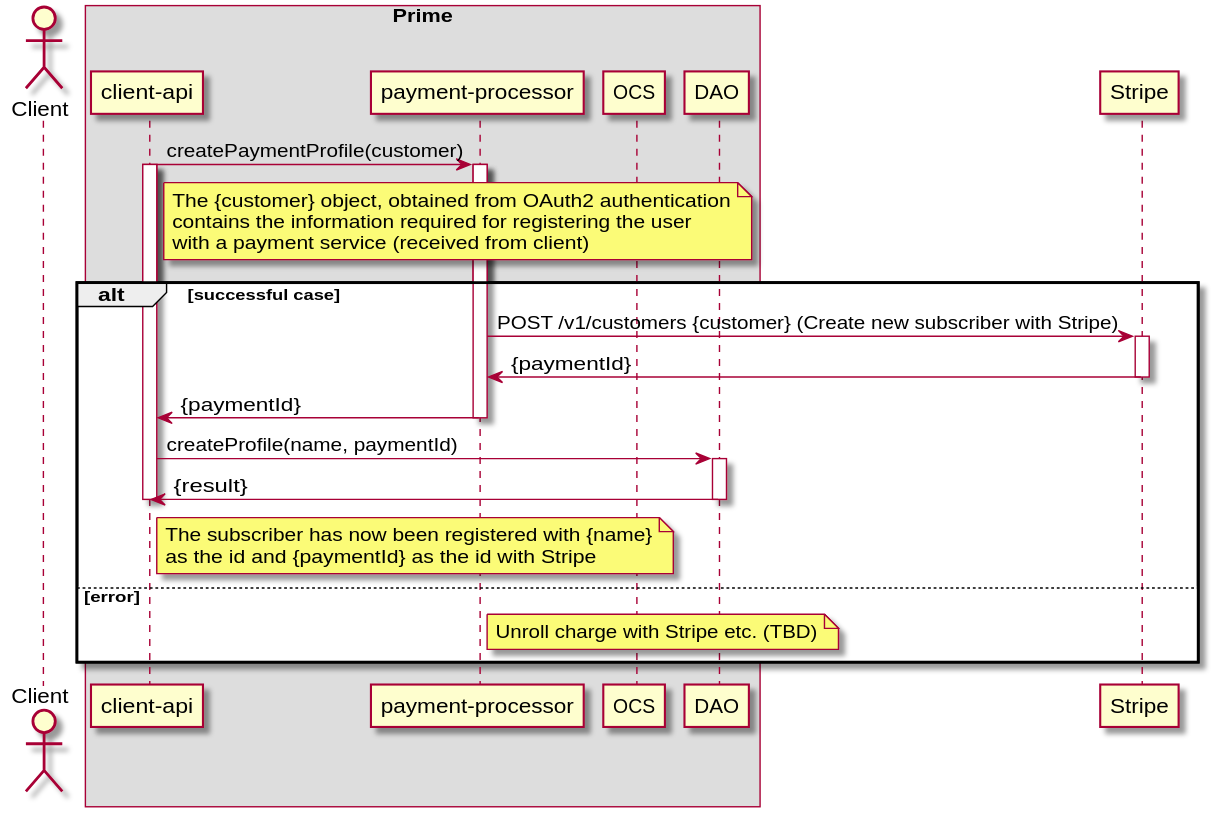
ostelco/ostelco-core keeps this PlantUML diagram as payment-processor/doc/diagrams/create-new-subscriber.svg. Above is the earlier version.
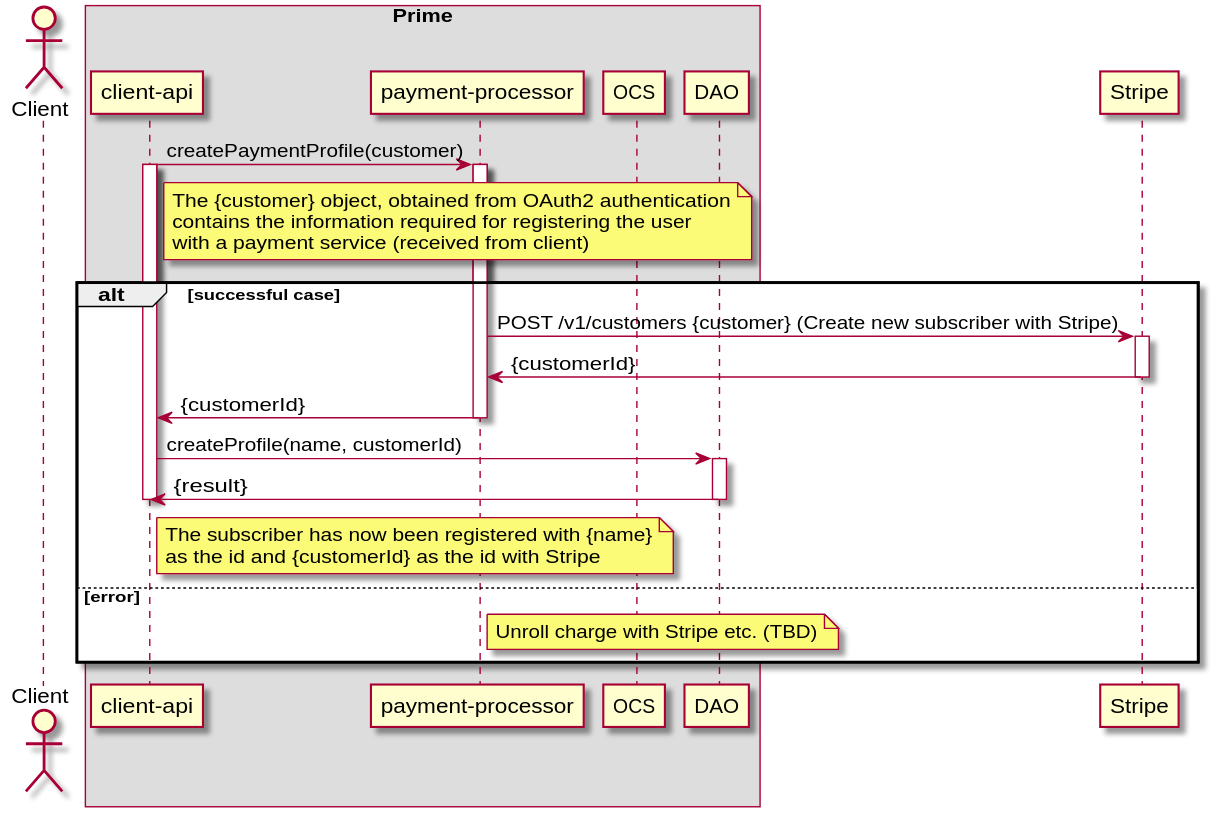
The same file after the commit.

Change to the diagram source:
```diff
@@ -23,20 +23,20 @@
     alt successful case
         "payment-processor" -> Stripe : POST /v1/customers {customer} (Create new subscriber with Stripe)
         activate Stripe
-        "Stripe" -> "payment-processor" : {paymentId}
+        "Stripe" -> "payment-processor" : {customerId}
         deactivate Stripe
 
-        "payment-processor" -> "client-api" : {paymentId}
+        "payment-processor" -> "client-api" : {customerId}
         deactivate "payment-processor"
 
-        "client-api" -> DAO : createProfile(name, paymentId)
+        "client-api" -> DAO : createProfile(name, customerId)
         activate DAO
         DAO -> "client-api" : {result}
         deactivate DAO
         deactivate "client-api"
         note right of "client-api"
             The subscriber has now been registered with {name}
-            as the id and {paymentId} as the id with Stripe
+            as the id and {customerId} as the id with Stripe
         end note
 
     else error
```
